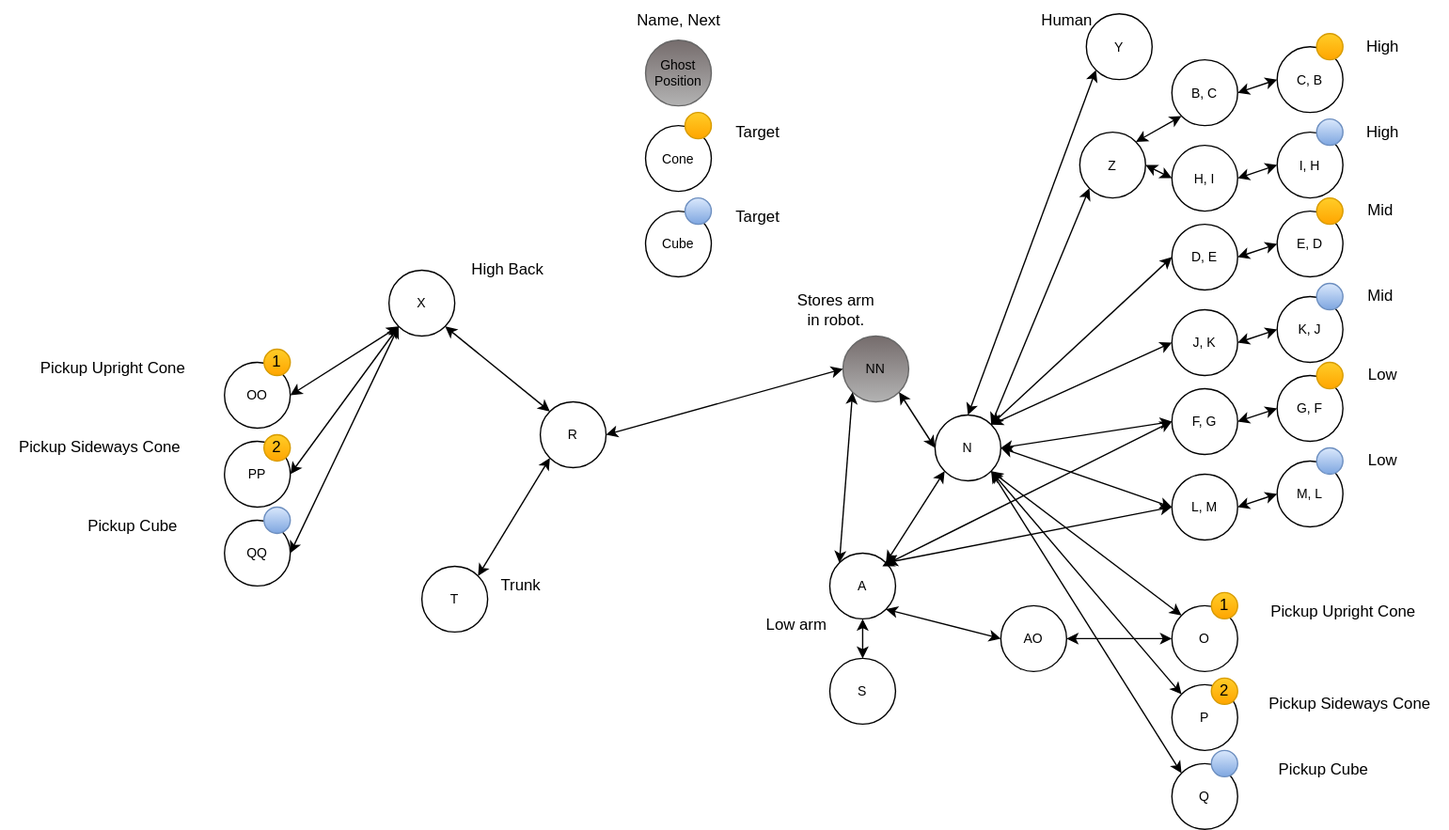
The draw.io diagram src/main/java/frc/robot/subsystems/Arm/arm.drawio.svg in RossRambotics/2023-ChargedUp, before a commit. Source tidied: cells renumbered, new cells last; positions are measured from the earlier drawing's top-left corner, leaving out a move shared by most shapes.
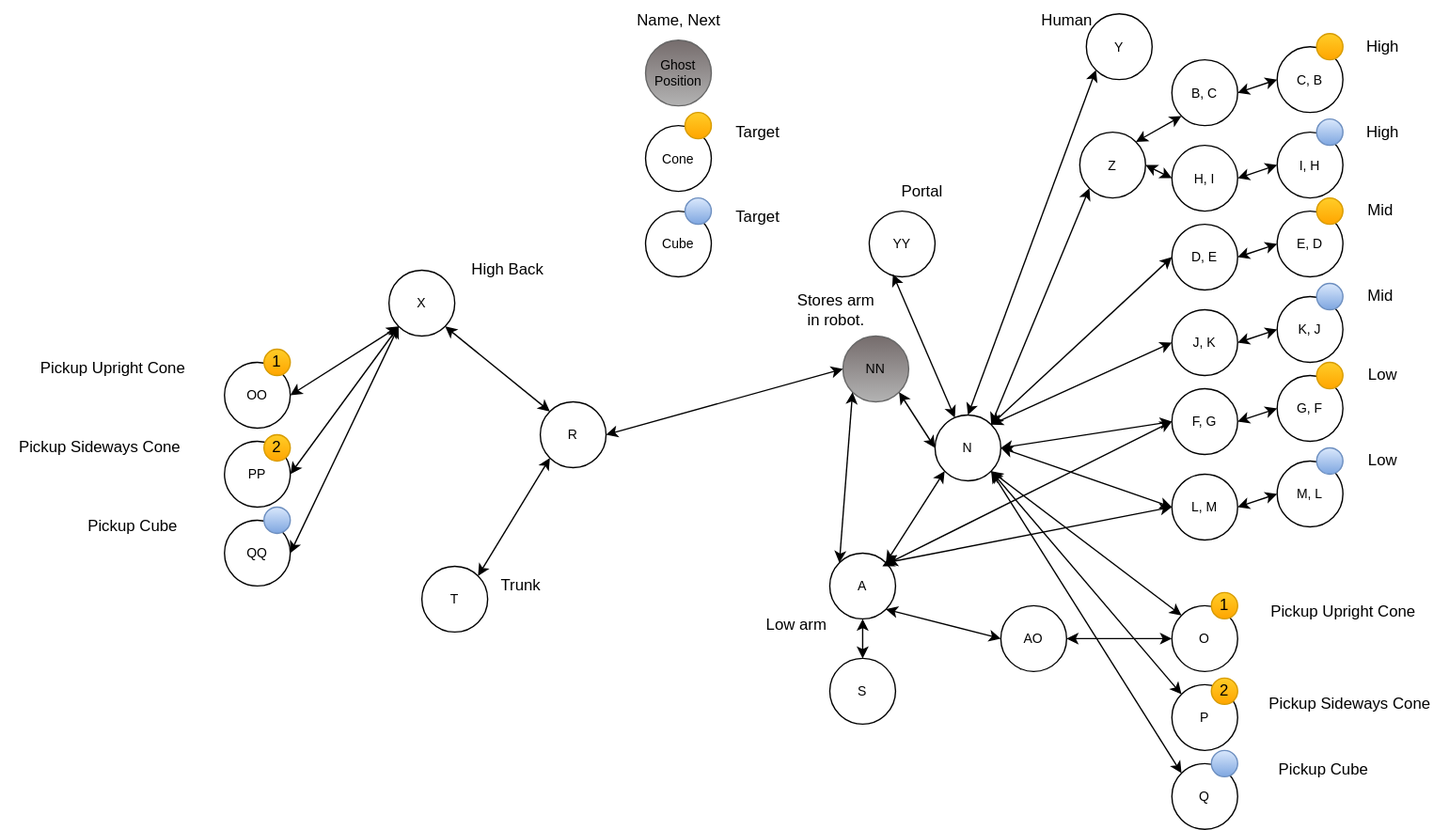
Later version of the same file.

Commit message:
added portal button

Diff of the diagram source:
```diff
@@ -297,5 +297,14 @@
     <mxCell id="98" style="edgeStyle=none;html=1;exitX=0;exitY=0.5;exitDx=0;exitDy=0;fontSize=10;startArrow=classic;startFill=1;entryX=1;entryY=0.5;entryDx=0;entryDy=0;" parent="1" edge="1" source="49" target="97">
       <mxGeometry relative="1" as="geometry" />
     </mxCell>
+    <mxCell id="99" value="YY" style="ellipse;whiteSpace=wrap;html=1;fontSize=10;" parent="1" vertex="1">
+      <mxGeometry x="660" y="160" width="50" height="50" as="geometry" />
+    </mxCell>
+    <mxCell id="100" style="edgeStyle=none;html=1;exitX=0.36;exitY=0.96;exitDx=0;exitDy=0;fontSize=10;startArrow=classic;startFill=1;exitPerimeter=0;" parent="1" edge="1" source="99" target="3">
+      <mxGeometry relative="1" as="geometry" />
+    </mxCell>
+    <mxCell id="101" value="Portal" style="text;html=1;align=center;verticalAlign=middle;strokeColor=none;fillColor=none;" parent="1" vertex="1">
+      <mxGeometry x="675" y="130" width="50" height="30" as="geometry" />
+    </mxCell>
   </root>
 </mxGraphModel>
```
